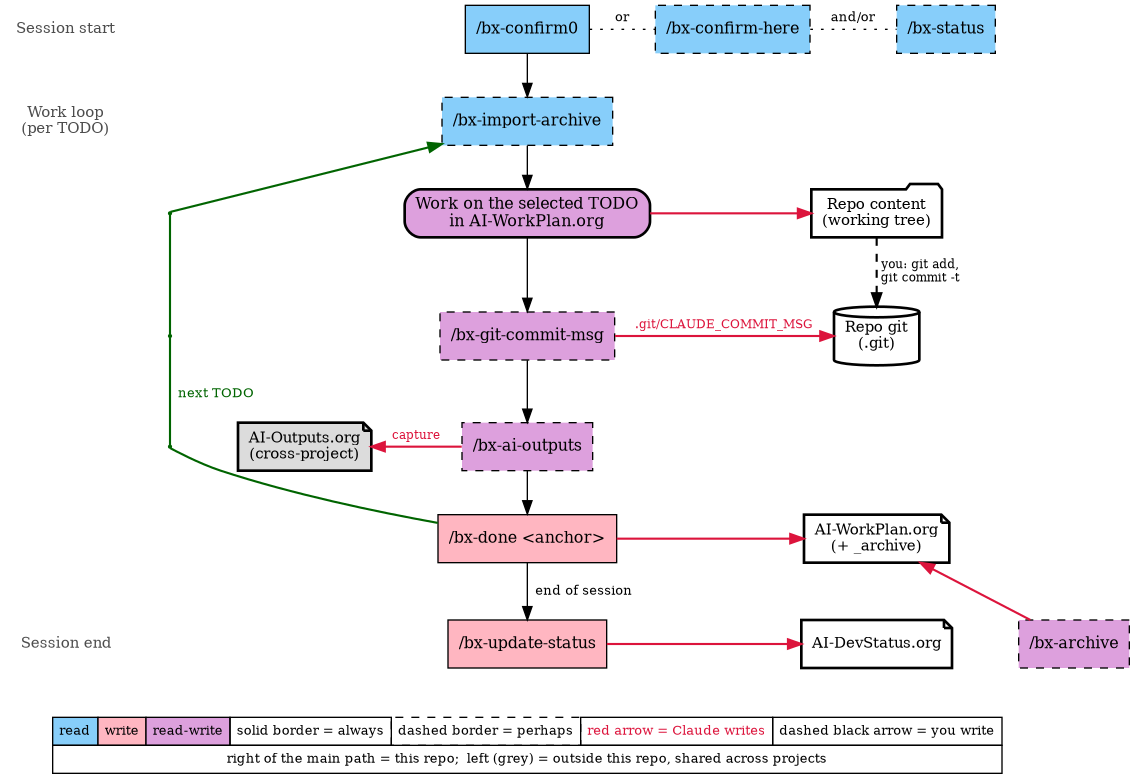
Above: ai-templates/_nonTemplate_/images/aiUsageWorkflow.png in bisos/defaults (Graphviz), before the change. Its source is kept beside it as ai-templates/_nonTemplate_/images/aiUsageWorkflow.gv.
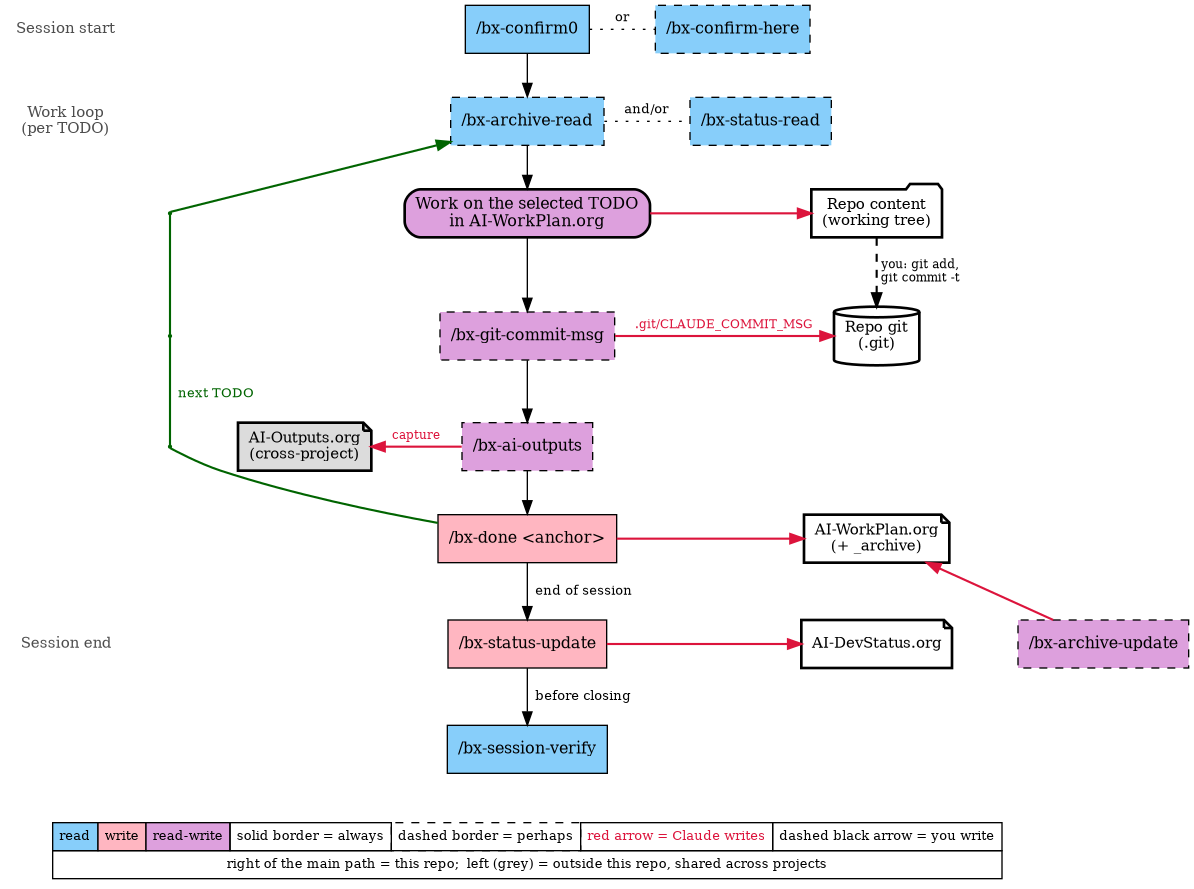
Later version of the same file.

What changed in the source:
```diff
@@ -9,23 +9,25 @@
 	lyr_loop4 [label="" fontcolor=gray30 fontsize=11 shape=plaintext]
 	lyr_loop5 [label="" fontcolor=gray30 fontsize=11 shape=plaintext]
 	lyr_end [label="Session end" fontcolor=gray30 fontsize=11 shape=plaintext]
+	lyr_close [label="" fontcolor=gray30 fontsize=11 shape=plaintext]
 	lyr_start -> lyr_loop1 [style=invis]
 	lyr_loop1 -> lyr_loop2 [style=invis]
 	lyr_loop2 -> lyr_loop3 [style=invis]
 	lyr_loop3 -> lyr_loop4 [style=invis]
 	lyr_loop4 -> lyr_loop5 [style=invis]
 	lyr_loop5 -> lyr_end [style=invis]
+	lyr_end -> lyr_close [style=invis]
 	{
 		rank=same
 		lyr_start
 		confirm0 [label="/bx-confirm0" fillcolor=lightskyblue group=spine shape=rectangle style=filled]
 		confirmHere [label="/bx-confirm-here" fillcolor=lightskyblue shape=rectangle style="filled,dashed"]
-		status [label="/bx-status" fillcolor=lightskyblue shape=rectangle style="filled,dashed"]
 	}
 	{
 		rank=same
 		lyr_loop1
-		importArchive [label="/bx-import-archive" fillcolor=lightskyblue group=spine shape=rectangle style="filled,dashed"]
+		importArchive [label="/bx-archive-read" fillcolor=lightskyblue group=spine shape=rectangle style="filled,dashed"]
+		statusRead [label="/bx-status-read" fillcolor=lightskyblue shape=rectangle style="filled,dashed"]
 	}
 	{
 		rank=same
@@ -62,9 +64,14 @@
 	{
 		rank=same
 		lyr_end
-		updateStatus [label="/bx-update-status" fillcolor=lightpink group=spine shape=rectangle style=filled]
-		archive [label="/bx-archive" fillcolor=plum shape=rectangle style="filled,dashed"]
+		updateStatus [label="/bx-status-update" fillcolor=lightpink group=spine shape=rectangle style=filled]
+		archive [label="/bx-archive-update" fillcolor=plum shape=rectangle style="filled,dashed"]
 		subjDevStatus [label="AI-DevStatus.org" fillcolor=white fontsize=11 group=subjects shape=note style="filled,bold"]
+	}
+	{
+		rank=same
+		lyr_close
+		sessionVerify [label="/bx-session-verify" fillcolor=lightskyblue group=spine shape=rectangle style=filled]
 	}
 	subjContent -> subjGit [label=" you: git add,
  git commit -t " arrowhead=normal color=black fontsize=9 penwidth=1.6 style=dashed]
@@ -90,12 +97,13 @@
 	commitMsg -> aiOutputs
 	aiOutputs -> done
 	done -> updateStatus [label="  end of session  " fontsize=10]
+	updateStatus -> sessionVerify [label="  before closing  " fontsize=10]
 	importArchive -> loopVia2 [color=darkgreen dir=back penwidth=1.6]
 	loopVia2 -> loopVia3 [color=darkgreen dir=none penwidth=1.6]
 	loopVia3 -> loopVia4 [label="  next TODO  " color=darkgreen dir=none fontcolor=darkgreen fontsize=10 penwidth=1.6]
 	loopVia4 -> done [color=darkgreen dir=none penwidth=1.6]
 	confirm0 -> confirmHere [label=" or " arrowhead=none fontsize=10 style=dotted]
-	confirmHere -> status [label=" and/or " arrowhead=none fontsize=10 style=dotted]
+	importArchive -> statusRead [label=" and/or " arrowhead=none fontsize=10 style=dotted]
 	legend [label=<<TABLE BORDER="0" CELLBORDER="1" CELLSPACING="0" CELLPADDING="4"><TR><TD BGCOLOR="lightskyblue">read</TD><TD BGCOLOR="lightpink">write</TD><TD BGCOLOR="plum">read-write</TD><TD>solid border = always</TD><TD STYLE="dashed">dashed border = perhaps</TD><TD><FONT COLOR="crimson">red arrow = Claude writes</FONT></TD><TD>dashed black arrow = you write</TD></TR><TR><TD COLSPAN="7">right of the main path = this repo;  left (grey) = outside this repo, shared across projects</TD></TR></TABLE>> fontsize=10 shape=plaintext]
-	updateStatus -> legend [style=invis]
+	sessionVerify -> legend [style=invis]
 }
```
